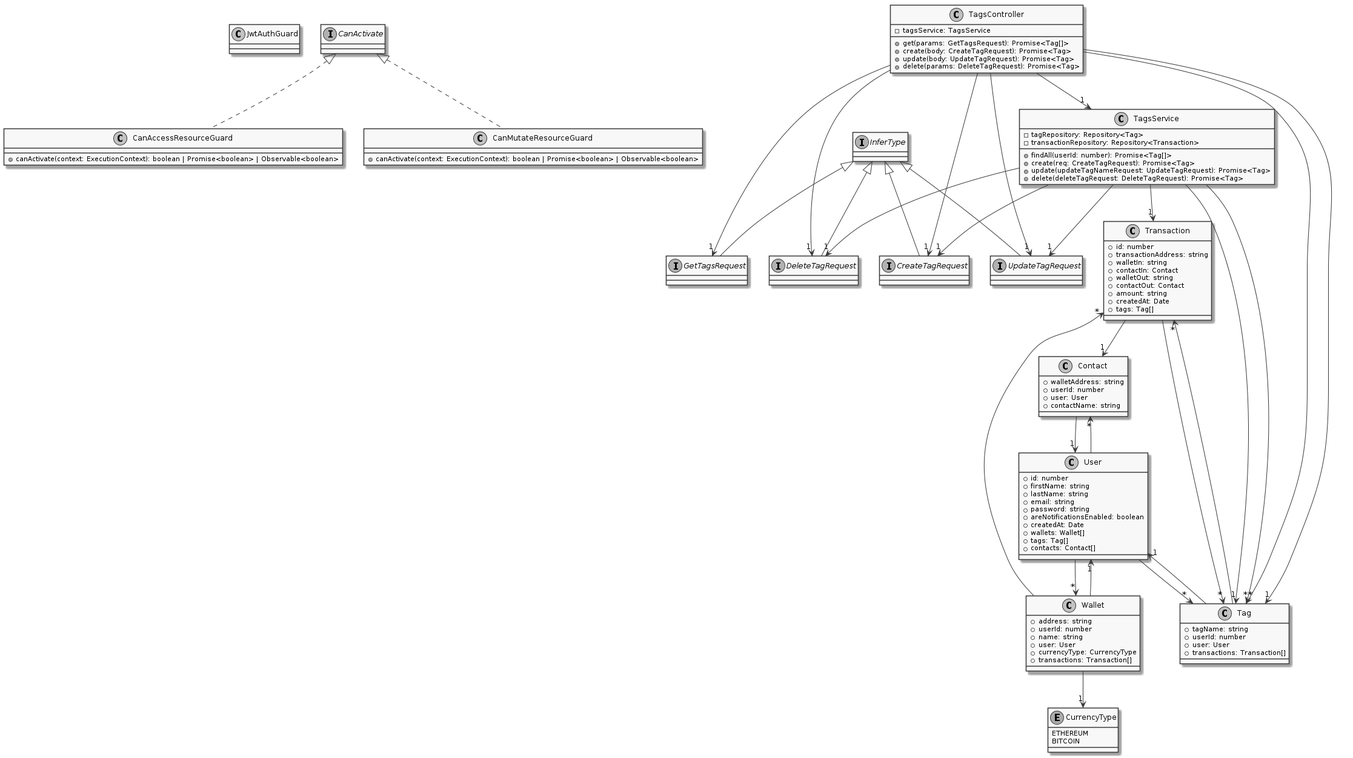
Before: packages/docs/diagrams/generated/class_diagram_api_tags.png, a diagram exported from PlantUML (SOEN-490-Capstone/Cryptify).
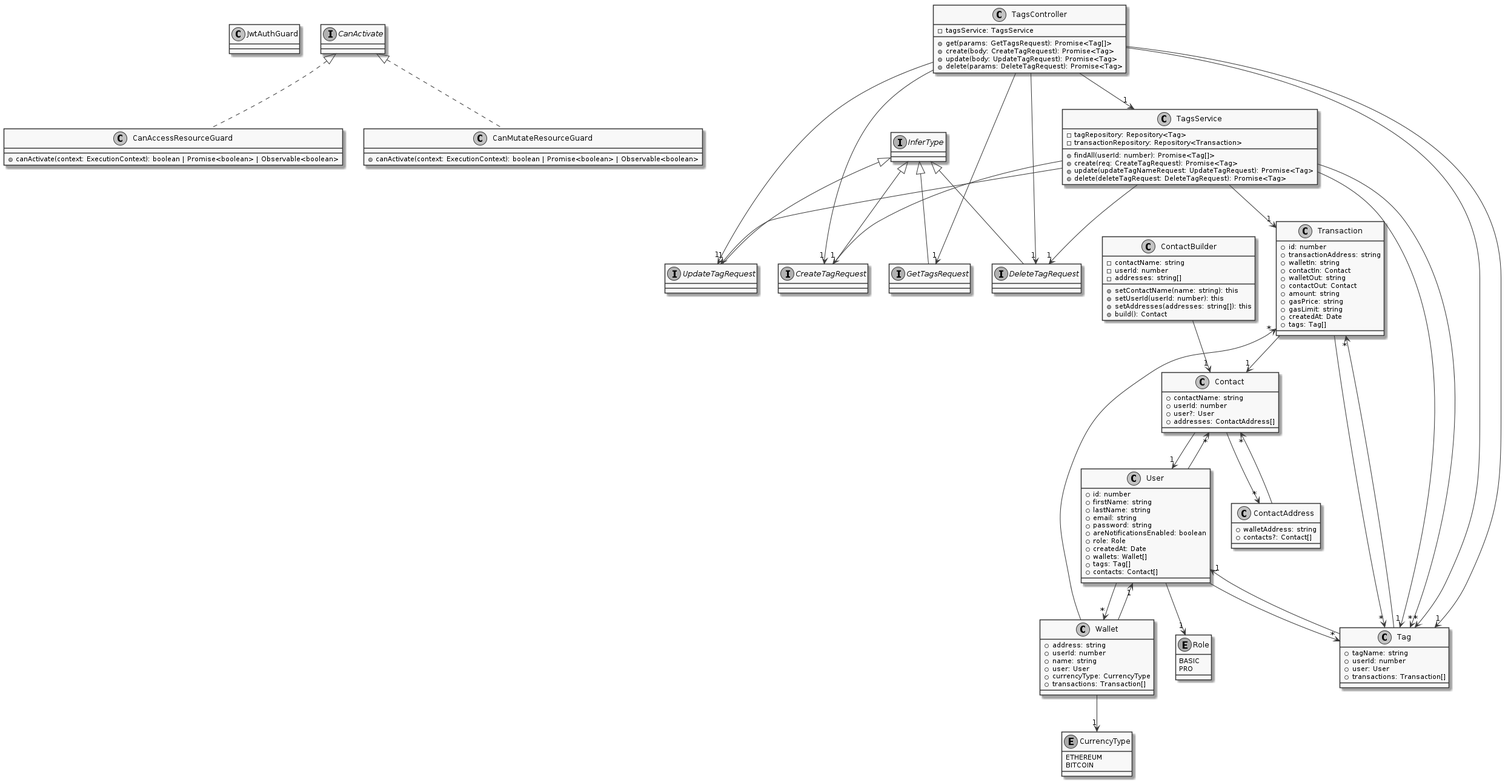
After the change.

Diff of the diagram source:
```diff
@@ -20,6 +20,10 @@
     +currencyType: CurrencyType
     +transactions: Transaction[]
 }
+enum Role {
+    BASIC
+    PRO
+}
 class User {
     +id: number
     +firstName: string
@@ -27,16 +31,30 @@
     +email: string
     +password: string
     +areNotificationsEnabled: boolean
+    +role: Role
     +createdAt: Date
     +wallets: Wallet[]
     +tags: Tag[]
     +contacts: Contact[]
 }
+class ContactAddress {
+    +walletAddress: string
+    +contacts?: Contact[]
+}
 class Contact {
-    +walletAddress: string
+    +contactName: string
     +userId: number
-    +user: User
-    +contactName: string
+    +user?: User
+    +addresses: ContactAddress[]
+}
+class ContactBuilder {
+    -contactName: string
+    -userId: number
+    -addresses: string[]
+    +setContactName(name: string): this
+    +setUserId(userId: number): this
+    +setAddresses(addresses: string[]): this
+    +build(): Contact
 }
 class Transaction {
     +id: number
@@ -46,6 +64,8 @@
     +walletOut: string
     +contactOut: Contact
     +amount: string
+    +gasPrice: string
+    +gasLimit: string
     +createdAt: Date
     +tags: Tag[]
 }
@@ -76,10 +96,14 @@
 Wallet --> "1" User
 Wallet --> "1" CurrencyType
 Wallet --> "*" Transaction
+User --> "1" Role
 User --> "*" Wallet
 User --> "*" Tag
 User --> "*" Contact
+ContactAddress --> "*" Contact
 Contact --> "1" User
+Contact --> "*" ContactAddress
+ContactBuilder --> "1" Contact
 Transaction --> "1" Contact
 Transaction --> "*" Tag
 Tag --> "1" User
```
